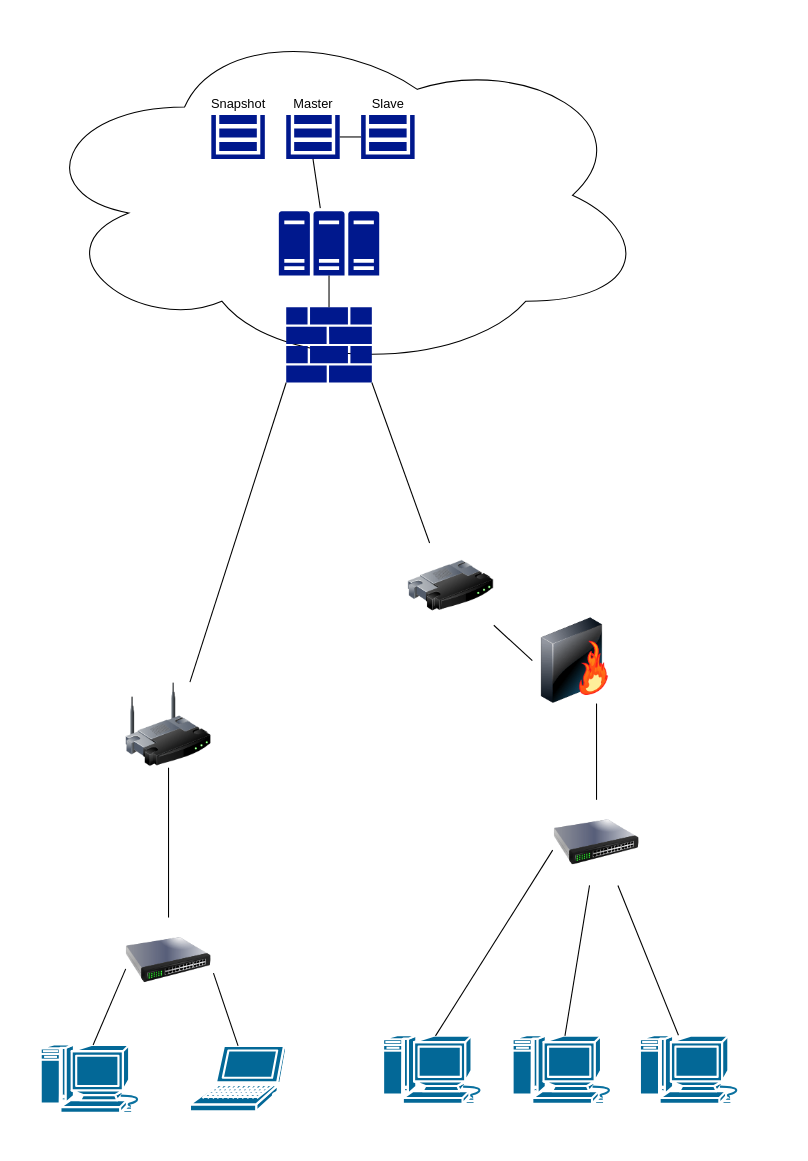
Above: Untitled Diagram.drawio in ChiaraGismondi02/ArtisticMood (draw.io), before the change. Source tidied: cells renumbered, new cells numbered last; positions are measured from the earlier drawing's top-left corner, leaving out a move shared by most shapes. Both pictures are drawn from the tidied source at 107%, with x=0, y=0 at pixel (29, 18).
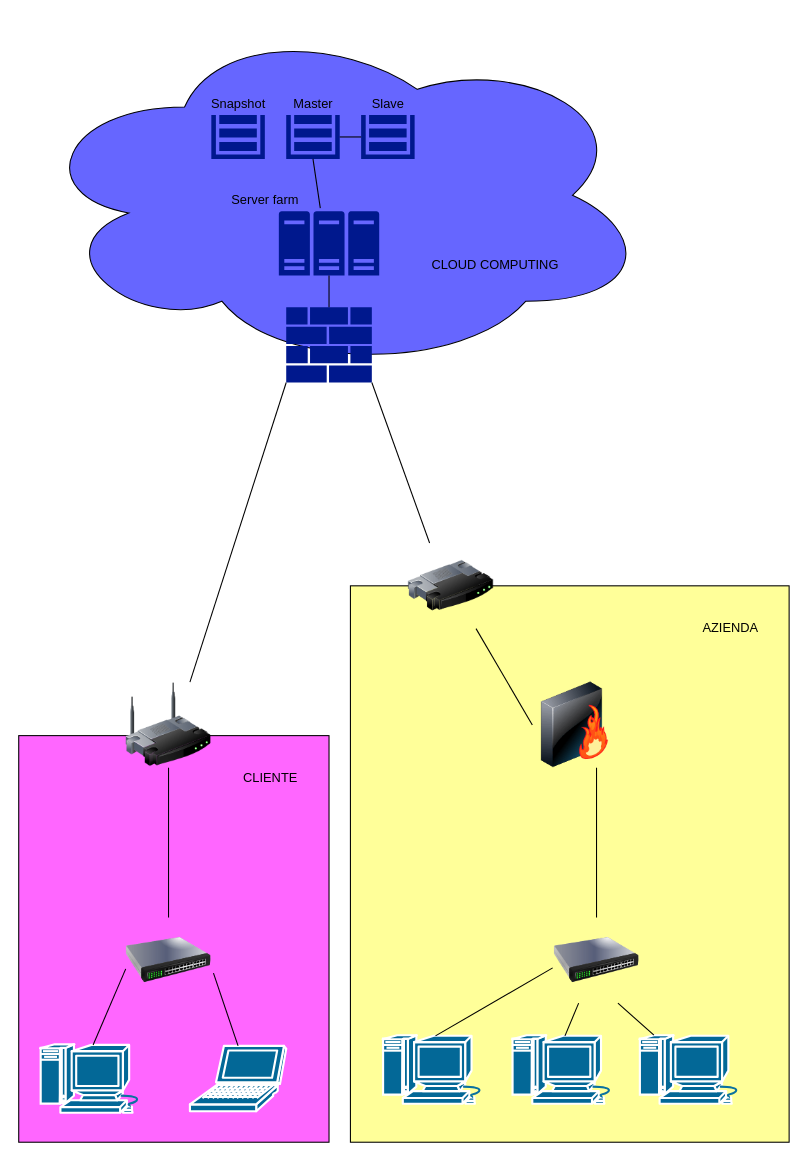
The same diagram, later.

Diff of the diagram source:
```diff
@@
+    <mxCell id="34" style="whiteSpace=wrap;html=1;fillColor=#FF66FF;" parent="1" vertex="1">
+      <mxGeometry x="-10" y="670" width="290" height="380" as="geometry" />
+    </mxCell>
+    <mxCell id="35" style="whiteSpace=wrap;html=1;fillColor=#FFFF99;" parent="1" vertex="1">
+      <mxGeometry x="300" y="530" width="410" height="520" as="geometry" />
+    </mxCell>
@@
     <mxCell id="4" style="image;html=1;image=img/lib/clip_art/networking/Switch_128x128.png;" parent="1" vertex="1">
-      <mxGeometry x="490" y="730" width="80" height="80" as="geometry" />
+      <mxGeometry x="490" y="840" width="80" height="80" as="geometry" />
     </mxCell>
@@
     <mxCell id="10" style="image;html=1;image=img/lib/clip_art/networking/Firewall-page1_128x128.png;" parent="1" vertex="1">
-      <mxGeometry x="470" y="560" width="80" height="80" as="geometry" />
+      <mxGeometry x="470" y="620" width="80" height="80" as="geometry" />
     </mxCell>
@@
-    <mxCell id="15" style="ellipse;shape=cloud;whiteSpace=wrap;html=1;" parent="1" vertex="1">
+    <mxCell id="15" style="ellipse;shape=cloud;whiteSpace=wrap;html=1;fillColor=#6666FF;" parent="1" vertex="1">
       <mxGeometry width="580" height="330" as="geometry" />
     </mxCell>
@@
+    <mxCell id="36" value="AZIENDA" style="text;html=1;align=center;verticalAlign=middle;fillColor=none;strokeColor=none;rounded=0;" parent="1" vertex="1">
+      <mxGeometry x="620" y="560" width="70" height="20" as="geometry" />
+    </mxCell>
+    <mxCell id="37" value="CLIENTE" style="text;html=1;align=center;verticalAlign=middle;fillColor=none;strokeColor=none;rounded=0;" parent="1" vertex="1">
+      <mxGeometry x="190" y="700" width="70" height="20" as="geometry" />
+    </mxCell>
+    <mxCell id="38" value="CLOUD COMPUTING" style="text;html=1;align=center;verticalAlign=middle;fillColor=none;strokeColor=none;rounded=0;" parent="1" vertex="1">
+      <mxGeometry x="370" y="220" width="130" height="20" as="geometry" />
+    </mxCell>
+    <mxCell id="39" value="Server farm" style="text;html=1;align=center;verticalAlign=middle;fillColor=none;strokeColor=none;rounded=0;" parent="1" vertex="1">
+      <mxGeometry x="180" y="160" width="80" height="20" as="geometry" />
+    </mxCell>
```
